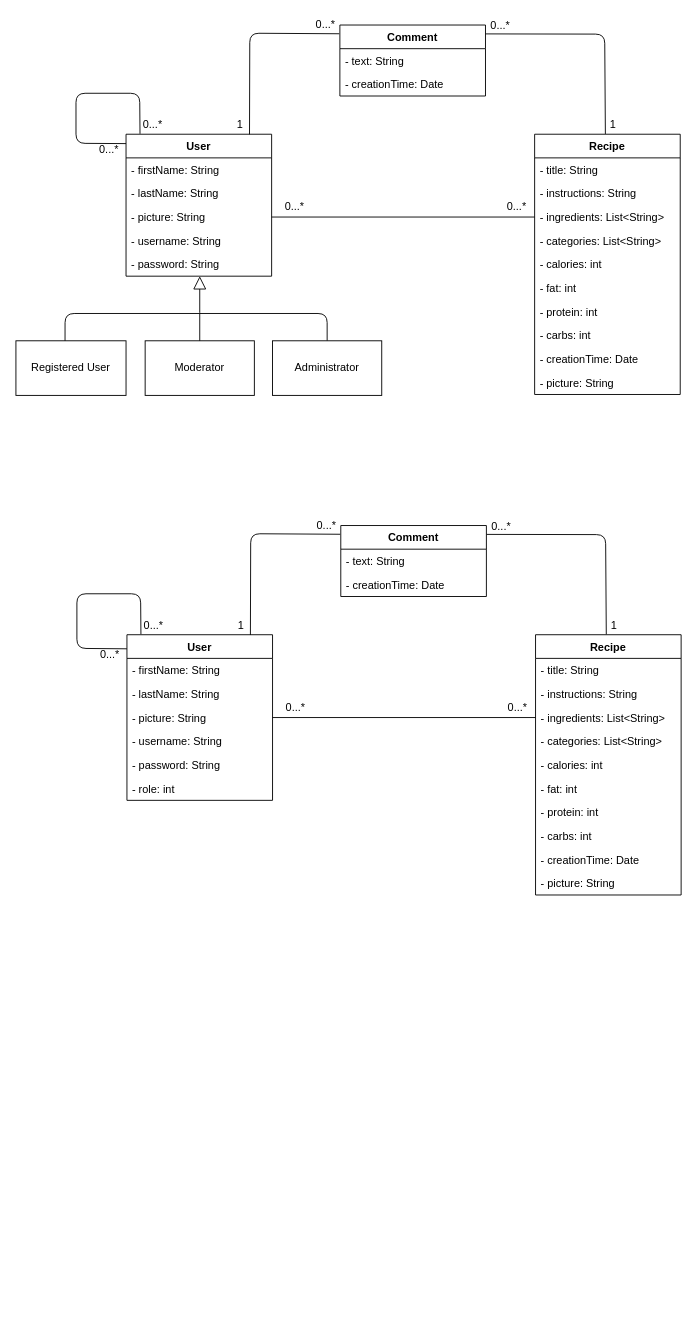
Above: Documents/drawio/ClassDiagram.drawio in fraie98/JustRecipe (draw.io), before the change. Source tidied: cells renumbered, new cells numbered last; positions are measured from the earlier drawing's top-left corner, leaving out a move shared by most shapes. Both pictures are drawn from the tidied source at 91%, with x=0, y=0 at pixel (15, 15).
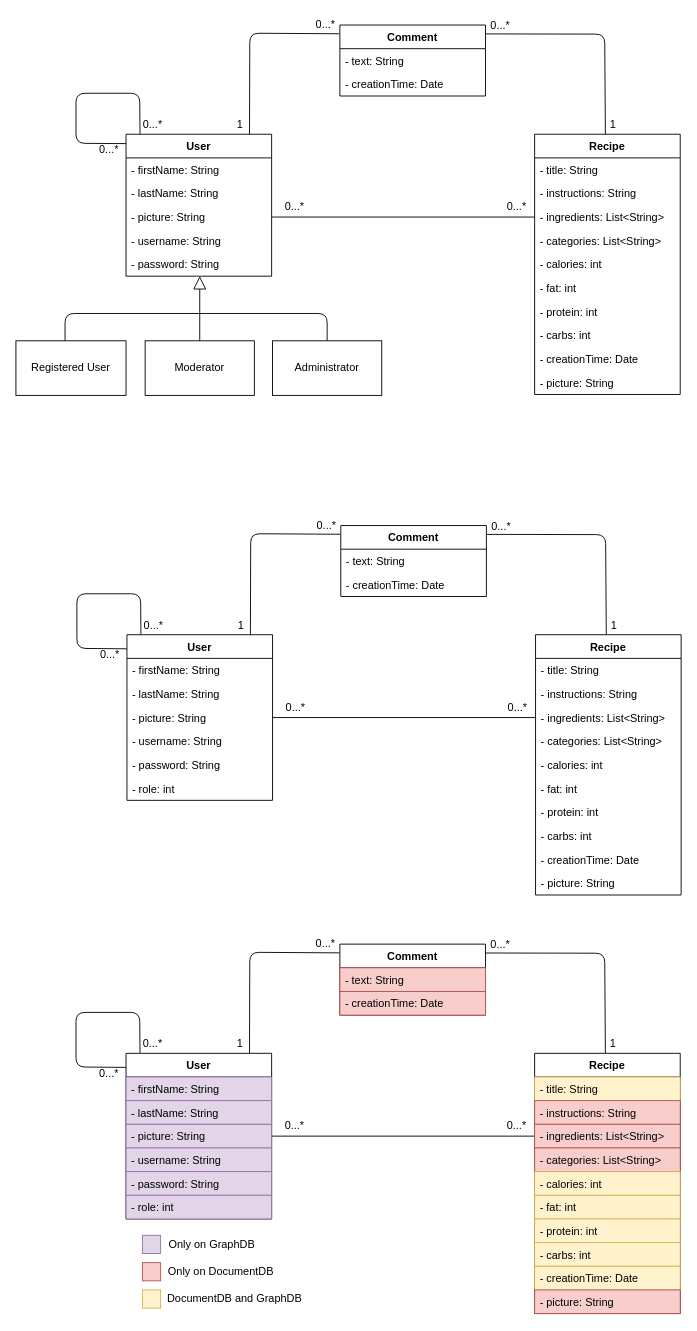
The same diagram, later.

Change to the diagram source:
```diff
@@
+    <mxCell id="74" style="endArrow=none;html=1;exitX=0;exitY=0.085;exitDx=0;exitDy=0;exitPerimeter=0;entryX=0.096;entryY=-0.003;entryDx=0;entryDy=0;entryPerimeter=0;" parent="1" edge="1" source="97" target="97">
+      <mxGeometry relative="1" as="geometry">
+        <Array as="points">
+          <mxPoint x="66" y="1155" />
+          <mxPoint x="66" y="1095" />
+          <mxPoint x="136" y="1095" />
+        </Array>
+      </mxGeometry>
+    </mxCell>
+    <mxCell id="75" value="0...*" style="text;html=1;align=center;verticalAlign=middle;" parent="1" vertex="1">
+      <mxGeometry x="130" y="1120" width="40" height="20" as="geometry" />
+    </mxCell>
+    <mxCell id="76" value="0...*" style="text;html=1;align=center;verticalAlign=middle;" parent="1" vertex="1">
+      <mxGeometry x="82" y="1152" width="40" height="20" as="geometry" />
+    </mxCell>
+    <mxCell id="77" style="endArrow=none;html=1;exitX=0.486;exitY=-0.001;exitDx=0;exitDy=0;exitPerimeter=0;entryX=1;entryY=0.125;entryDx=0;entryDy=0;entryPerimeter=0;" parent="1" edge="1" source="83" target="94">
+      <mxGeometry relative="1" as="geometry">
+        <Array as="points">
+          <mxPoint x="647" y="1030" />
+        </Array>
+      </mxGeometry>
+    </mxCell>
+    <mxCell id="78" value="1" style="text;html=1;align=center;verticalAlign=middle;" parent="1" vertex="1">
+      <mxGeometry x="646" y="1120" width="20" height="20" as="geometry" />
+    </mxCell>
+    <mxCell id="79" value="0...*" style="text;html=1;align=center;verticalAlign=middle;" parent="1" vertex="1">
+      <mxGeometry x="512" y="1011" width="40" height="20" as="geometry" />
+    </mxCell>
+    <mxCell id="80" style="endArrow=none;html=1;entryX=0;entryY=0.5;entryDx=0;entryDy=0;exitX=1;exitY=0.5;exitDx=0;exitDy=0;" parent="1" edge="1" source="100" target="86">
+      <mxGeometry relative="1" as="geometry" />
+    </mxCell>
+    <mxCell id="81" value="0...*" style="text;html=1;align=center;verticalAlign=middle;" parent="1" vertex="1">
+      <mxGeometry x="286" y="1210" width="40" height="20" as="geometry" />
+    </mxCell>
+    <mxCell id="82" value="0...*" style="text;html=1;align=center;verticalAlign=middle;" parent="1" vertex="1">
+      <mxGeometry x="530.2" y="1210" width="40" height="20" as="geometry" />
+    </mxCell>
+    <mxCell id="83" value="Recipe" style="swimlane;fontStyle=1;align=center;verticalAlign=top;horizontal=1;startSize=26;" parent="1" vertex="1">
+      <mxGeometry x="570" y="1140" width="160" height="286" as="geometry" />
+    </mxCell>
+    <mxCell id="84" value="- title: String" style="text;align=left;verticalAlign=top;spacingLeft=4;spacingRight=4;overflow=hidden;fillColor=#fff2cc;strokeColor=#d6b656;" parent="83" vertex="1">
+      <mxGeometry y="26" width="160" height="26" as="geometry" />
+    </mxCell>
+    <mxCell id="85" value="- instructions: String" style="text;align=left;verticalAlign=top;spacingLeft=4;spacingRight=4;overflow=hidden;fillColor=#f8cecc;strokeColor=#b85450;" parent="83" vertex="1">
+      <mxGeometry y="52" width="160" height="26" as="geometry" />
+    </mxCell>
+    <mxCell id="86" value="- ingredients: List&lt;String&gt;" style="text;align=left;verticalAlign=top;spacingLeft=4;spacingRight=4;overflow=hidden;points=[[0,0.5],[1,0.5]];portConstraint=eastwest;fillColor=#f8cecc;strokeColor=#b85450;" parent="83" vertex="1">
+      <mxGeometry y="78" width="160" height="26" as="geometry" />
+    </mxCell>
+    <mxCell id="87" value="- categories: List&lt;String&gt;" style="text;align=left;verticalAlign=top;spacingLeft=4;spacingRight=4;overflow=hidden;fillColor=#f8cecc;strokeColor=#b85450;" parent="83" vertex="1">
+      <mxGeometry y="104" width="160" height="26" as="geometry" />
+    </mxCell>
+    <mxCell id="88" value="- calories: int" style="text;align=left;verticalAlign=top;spacingLeft=4;spacingRight=4;overflow=hidden;fillColor=#fff2cc;strokeColor=#d6b656;" parent="83" vertex="1">
+      <mxGeometry y="130" width="160" height="26" as="geometry" />
+    </mxCell>
+    <mxCell id="89" value="- fat: int" style="text;align=left;verticalAlign=top;spacingLeft=4;spacingRight=4;overflow=hidden;fillColor=#fff2cc;strokeColor=#d6b656;" parent="83" vertex="1">
+      <mxGeometry y="156" width="160" height="26" as="geometry" />
+    </mxCell>
+    <mxCell id="90" value="- protein: int" style="text;align=left;verticalAlign=top;spacingLeft=4;spacingRight=4;overflow=hidden;fillColor=#fff2cc;strokeColor=#d6b656;" parent="83" vertex="1">
+      <mxGeometry y="182" width="160" height="26" as="geometry" />
+    </mxCell>
+    <mxCell id="91" value="- carbs: int" style="text;align=left;verticalAlign=top;spacingLeft=4;spacingRight=4;overflow=hidden;fillColor=#fff2cc;strokeColor=#d6b656;" parent="83" vertex="1">
+      <mxGeometry y="208" width="160" height="26" as="geometry" />
+    </mxCell>
+    <mxCell id="92" value="- creationTime: Date" style="text;align=left;verticalAlign=top;spacingLeft=4;spacingRight=4;overflow=hidden;fillColor=#fff2cc;strokeColor=#d6b656;" parent="83" vertex="1">
+      <mxGeometry y="234" width="160" height="26" as="geometry" />
+    </mxCell>
+    <mxCell id="93" value="- picture: String" style="text;align=left;verticalAlign=top;spacingLeft=4;spacingRight=4;overflow=hidden;fillColor=#f8cecc;strokeColor=#b85450;" parent="83" vertex="1">
+      <mxGeometry y="260" width="160" height="26" as="geometry" />
+    </mxCell>
+    <mxCell id="94" value="Comment" style="swimlane;fontStyle=1;align=center;verticalAlign=top;horizontal=1;startSize=26;" parent="1" vertex="1">
+      <mxGeometry x="356" y="1020" width="160" height="78" as="geometry" />
+    </mxCell>
+    <mxCell id="95" value="- text: String" style="text;align=left;verticalAlign=top;spacingLeft=4;spacingRight=4;overflow=hidden;fillColor=#f8cecc;strokeColor=#b85450;" parent="94" vertex="1">
+      <mxGeometry y="26" width="160" height="26" as="geometry" />
+    </mxCell>
+    <mxCell id="96" value="- creationTime: Date" style="text;align=left;verticalAlign=top;spacingLeft=4;spacingRight=4;overflow=hidden;fillColor=#f8cecc;strokeColor=#b85450;" parent="94" vertex="1">
+      <mxGeometry y="52" width="160" height="26" as="geometry" />
+    </mxCell>
+    <mxCell id="97" value="User" style="swimlane;fontStyle=1;align=center;verticalAlign=top;horizontal=1;startSize=26;" parent="1" vertex="1">
+      <mxGeometry x="121" y="1140" width="160" height="182" as="geometry" />
+    </mxCell>
+    <mxCell id="98" value="- firstName: String" style="text;align=left;verticalAlign=top;spacingLeft=4;spacingRight=4;overflow=hidden;fillColor=#e1d5e7;strokeColor=#9673a6;" parent="97" vertex="1">
+      <mxGeometry y="26" width="160" height="26" as="geometry" />
+    </mxCell>
+    <mxCell id="99" value="- lastName: String" style="text;align=left;verticalAlign=top;spacingLeft=4;spacingRight=4;overflow=hidden;fillColor=#e1d5e7;strokeColor=#9673a6;" parent="97" vertex="1">
+      <mxGeometry y="52" width="160" height="26" as="geometry" />
+    </mxCell>
+    <mxCell id="100" value="- picture: String" style="text;align=left;verticalAlign=top;spacingLeft=4;spacingRight=4;overflow=hidden;points=[[0,0.5],[1,0.5]];portConstraint=eastwest;fillColor=#e1d5e7;strokeColor=#9673a6;" parent="97" vertex="1">
+      <mxGeometry y="78" width="160" height="26" as="geometry" />
+    </mxCell>
+    <mxCell id="101" value="- username: String" style="text;align=left;verticalAlign=top;spacingLeft=4;spacingRight=4;overflow=hidden;fillColor=#e1d5e7;strokeColor=#9673a6;" parent="97" vertex="1">
+      <mxGeometry y="104" width="160" height="26" as="geometry" />
+    </mxCell>
+    <mxCell id="102" value="- password: String" style="text;align=left;verticalAlign=top;spacingLeft=4;spacingRight=4;overflow=hidden;fillColor=#e1d5e7;strokeColor=#9673a6;" parent="97" vertex="1">
+      <mxGeometry y="130" width="160" height="26" as="geometry" />
+    </mxCell>
+    <mxCell id="103" value="- role: int" style="text;align=left;verticalAlign=top;spacingLeft=4;spacingRight=4;overflow=hidden;fillColor=#e1d5e7;strokeColor=#9673a6;" parent="97" vertex="1">
+      <mxGeometry y="156" width="160" height="26" as="geometry" />
+    </mxCell>
+    <mxCell id="104" style="endArrow=none;html=1;exitX=0.848;exitY=0.001;exitDx=0;exitDy=0;exitPerimeter=0;entryX=-0.004;entryY=0.123;entryDx=0;entryDy=0;entryPerimeter=0;" parent="1" edge="1" source="97" target="94">
+      <mxGeometry relative="1" as="geometry">
+        <Array as="points">
+          <mxPoint x="257" y="1029" />
+        </Array>
+      </mxGeometry>
+    </mxCell>
+    <mxCell id="105" value="1" style="text;html=1;align=center;verticalAlign=middle;" parent="1" vertex="1">
+      <mxGeometry x="236" y="1120" width="20" height="20" as="geometry" />
+    </mxCell>
+    <mxCell id="106" value="0...*" style="text;html=1;align=center;verticalAlign=middle;" parent="1" vertex="1">
+      <mxGeometry x="320" y="1010" width="40" height="20" as="geometry" />
+    </mxCell>
+    <mxCell id="107" style="whiteSpace=wrap;html=1;fillColor=#e1d5e7;strokeColor=#9673a6;" parent="1" vertex="1">
+      <mxGeometry x="139" y="1340" width="20" height="20" as="geometry" />
+    </mxCell>
+    <mxCell id="108" style="whiteSpace=wrap;html=1;fillColor=#f8cecc;strokeColor=#b85450;" parent="1" vertex="1">
+      <mxGeometry x="139" y="1370" width="20" height="20" as="geometry" />
+    </mxCell>
+    <mxCell id="109" value="Only on GraphDB" style="text;html=1;align=center;verticalAlign=middle;" parent="1" vertex="1">
+      <mxGeometry x="160" y="1340" width="110" height="20" as="geometry" />
+    </mxCell>
+    <mxCell id="110" value="Only on DocumentDB" style="text;html=1;align=center;verticalAlign=middle;" parent="1" vertex="1">
+      <mxGeometry x="160" y="1370" width="130" height="20" as="geometry" />
+    </mxCell>
+    <mxCell id="111" style="whiteSpace=wrap;html=1;fillColor=#fff2cc;strokeColor=#d6b656;" parent="1" vertex="1">
+      <mxGeometry x="139" y="1400" width="20" height="20" as="geometry" />
+    </mxCell>
+    <mxCell id="112" value="DocumentDB and GraphDB" style="text;html=1;align=center;verticalAlign=middle;" parent="1" vertex="1">
+      <mxGeometry x="160" y="1400" width="160" height="20" as="geometry" />
+    </mxCell>
```
